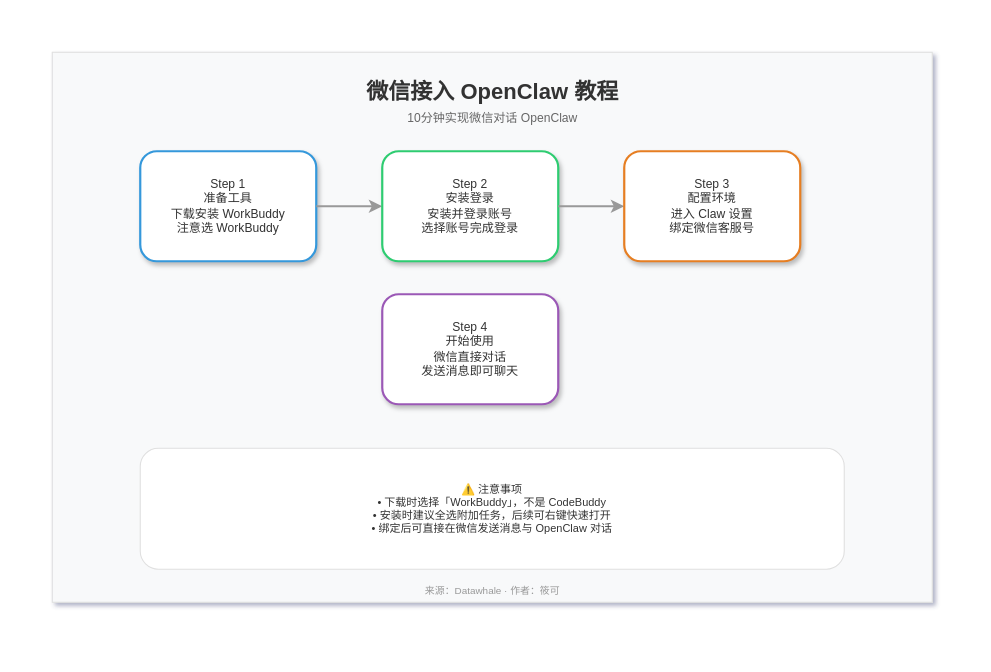
Before: .opencode/skills/xml-diagram/templates/summary/article-summary.drawio in BeWaterMyFriend7/SKILL-PROJECT, a draw.io diagram. Source tidied: cells renumbered, new cells numbered last; positions are measured from the earlier drawing's top-left corner, leaving out a move shared by most shapes. Both pictures are drawn from the tidied source at 110%, with x=0, y=0 at pixel (52, 52).
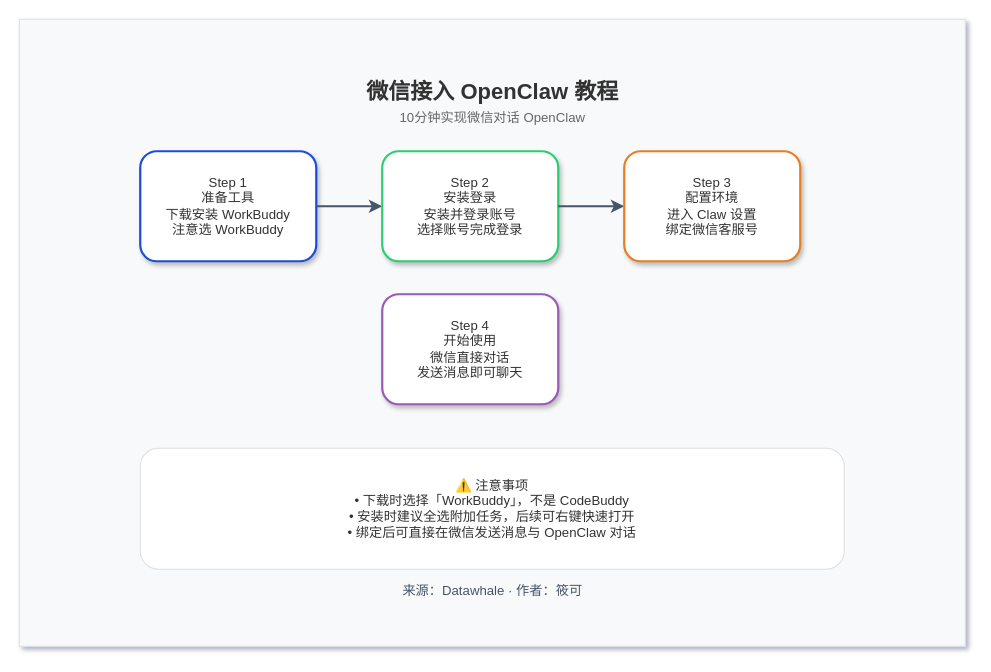
The same page after the edit.

What changed in the source:
```diff
@@
 <mxGraphModel shadow="1">
   <root>
     <mxCell id="0" />
     <mxCell id="1" parent="0" />
     <mxCell id="2" style="rounded=0;whiteSpace=wrap;html=1;fillColor=#f8f9fa;strokeColor=#e0e0e0;" parent="1" vertex="1">
-      <mxGeometry width="800" height="500" as="geometry" />
+      <mxGeometry x="-30" y="-30" width="860" height="570" as="geometry" />
     </mxCell>
     <mxCell id="3" value="微信接入 OpenClaw 教程" style="text;html=1;strokeColor=none;fillColor=none;align=center;verticalAlign=middle;whiteSpace=wrap=1;rounded=0;fontSize=20;fontStyle=1;fontColor=#333333;" parent="1" vertex="1">
       <mxGeometry x="250" y="20" width="300" height="30" as="geometry" />
     </mxCell>
-    <mxCell id="4" value="10分钟实现微信对话 OpenClaw" style="text;html=1;strokeColor=none;fillColor=none;align=center;verticalAlign=middle;whiteSpace=wrap=1;rounded=0;fontSize=11;fontColor=#666666;" parent="1" vertex="1">
+    <mxCell id="4" value="10分钟实现微信对话 OpenClaw" style="text;html=1;strokeColor=none;fillColor=none;align=center;verticalAlign=middle;whiteSpace=wrap=1;rounded=0;fontSize=12;fontColor=#666666;" parent="1" vertex="1">
       <mxGeometry x="280" y="50" width="240" height="20" as="geometry" />
     </mxCell>
-    <mxCell id="5" value="Step 1&#10;准备工具&#10;下载安装 WorkBuddy&#10;注意选 WorkBuddy" style="rounded=1;whiteSpace=wrap;html=1;fillColor=#ffffff;strokeColor=#3498db;strokeWidth=2;fontColor=#333333;fontSize=11;shadow=1;" parent="1" vertex="1">
+    <mxCell id="5" value="Step 1&#10;准备工具&#10;下载安装 WorkBuddy&#10;注意选 WorkBuddy" style="rounded=1;whiteSpace=wrap;html=1;fillColor=#ffffff;strokeColor=#1D4ED8;strokeWidth=2;fontColor=#333333;fontSize=12;shadow=1;" parent="1" vertex="1">
       <mxGeometry x="80" y="90" width="160" height="100" as="geometry" />
     </mxCell>
-    <mxCell id="6" style="edgeStyle=orthogonalEdgeStyle;rounded=0;html=1;strokeColor=#999999;strokeWidth=2;endArrow=classic;endFill=1;" parent="1" edge="1" source="5" target="7">
+    <mxCell id="6" style="edgeStyle=orthogonalEdgeStyle;rounded=0;html=1;strokeColor=#475569;strokeWidth=2;endArrow=classic;endFill=1;" parent="1" edge="1" source="5" target="7">
       <mxGeometry relative="1" as="geometry" />
     </mxCell>
-    <mxCell id="7" value="Step 2&#10;安装登录&#10;安装并登录账号&#10;选择账号完成登录" style="rounded=1;whiteSpace=wrap;html=1;fillColor=#ffffff;strokeColor=#2ecc71;strokeWidth=2;fontColor=#333333;fontSize=11;shadow=1;" parent="1" vertex="1">
+    <mxCell id="7" value="Step 2&#10;安装登录&#10;安装并登录账号&#10;选择账号完成登录" style="rounded=1;whiteSpace=wrap;html=1;fillColor=#ffffff;strokeColor=#2ecc71;strokeWidth=2;fontColor=#333333;fontSize=12;shadow=1;" parent="1" vertex="1">
       <mxGeometry x="300" y="90" width="160" height="100" as="geometry" />
     </mxCell>
-    <mxCell id="8" style="edgeStyle=orthogonalEdgeStyle;rounded=0;html=1;strokeColor=#999999;strokeWidth=2;endArrow=classic;endFill=1;" parent="1" edge="1" source="7" target="9">
+    <mxCell id="8" style="edgeStyle=orthogonalEdgeStyle;rounded=0;html=1;strokeColor=#475569;strokeWidth=2;endArrow=classic;endFill=1;" parent="1" edge="1" source="7" target="9">
       <mxGeometry relative="1" as="geometry" />
     </mxCell>
-    <mxCell id="9" value="Step 3&#10;配置环境&#10;进入 Claw 设置&#10;绑定微信客服号" style="rounded=1;whiteSpace=wrap;html=1;fillColor=#ffffff;strokeColor=#e67e22;strokeWidth=2;fontColor=#333333;fontSize=11;shadow=1;" parent="1" vertex="1">
+    <mxCell id="9" value="Step 3&#10;配置环境&#10;进入 Claw 设置&#10;绑定微信客服号" style="rounded=1;whiteSpace=wrap;html=1;fillColor=#ffffff;strokeColor=#e67e22;strokeWidth=2;fontColor=#333333;fontSize=12;shadow=1;" parent="1" vertex="1">
       <mxGeometry x="520" y="90" width="160" height="100" as="geometry" />
     </mxCell>
-    <mxCell id="10" value="Step 4&#10;开始使用&#10;微信直接对话&#10;发送消息即可聊天" style="rounded=1;whiteSpace=wrap;html=1;fillColor=#ffffff;strokeColor=#9b59b6;strokeWidth=2;fontColor=#333333;fontSize=11;shadow=1;" parent="1" vertex="1">
+    <mxCell id="10" value="Step 4&#10;开始使用&#10;微信直接对话&#10;发送消息即可聊天" style="rounded=1;whiteSpace=wrap;html=1;fillColor=#ffffff;strokeColor=#9b59b6;strokeWidth=2;fontColor=#333333;fontSize=12;shadow=1;" parent="1" vertex="1">
       <mxGeometry x="300" y="220" width="160" height="100" as="geometry" />
     </mxCell>
-    <mxCell id="11" value="⚠️ 注意事项&#10;• 下载时选择「WorkBuddy」，不是 CodeBuddy&#10;• 安装时建议全选附加任务，后续可右键快速打开&#10;• 绑定后可直接在微信发送消息与 OpenClaw 对话" style="rounded=1;whiteSpace=wrap;html=1;fillColor=#ffffff;strokeColor=#e0e0e0;strokeWidth=1;fontColor=#333333;fontSize=10;" parent="1" vertex="1">
+    <mxCell id="11" value="⚠️ 注意事项&#10;• 下载时选择「WorkBuddy」，不是 CodeBuddy&#10;• 安装时建议全选附加任务，后续可右键快速打开&#10;• 绑定后可直接在微信发送消息与 OpenClaw 对话" style="rounded=1;whiteSpace=wrap;html=1;fillColor=#ffffff;strokeColor=#e0e0e0;strokeWidth=1;fontColor=#333333;fontSize=12;" parent="1" vertex="1">
       <mxGeometry x="80" y="360" width="640" height="110" as="geometry" />
     </mxCell>
-    <mxCell id="12" value="来源：Datawhale · 作者：筱可" style="text;html=1;strokeColor=none;fillColor=none;align=center;verticalAlign=middle;whiteSpace=wrap=1;rounded=0;fontSize=9;fontColor=#999999;" parent="1" vertex="1">
+    <mxCell id="12" value="来源：Datawhale · 作者：筱可" style="text;html=1;strokeColor=none;fillColor=none;align=center;verticalAlign=middle;whiteSpace=wrap=1;rounded=0;fontSize=12;fontColor=#475569;" parent="1" vertex="1">
       <mxGeometry x="300" y="480" width="200" height="20" as="geometry" />
     </mxCell>
   </root>
 </mxGraphModel>
```
